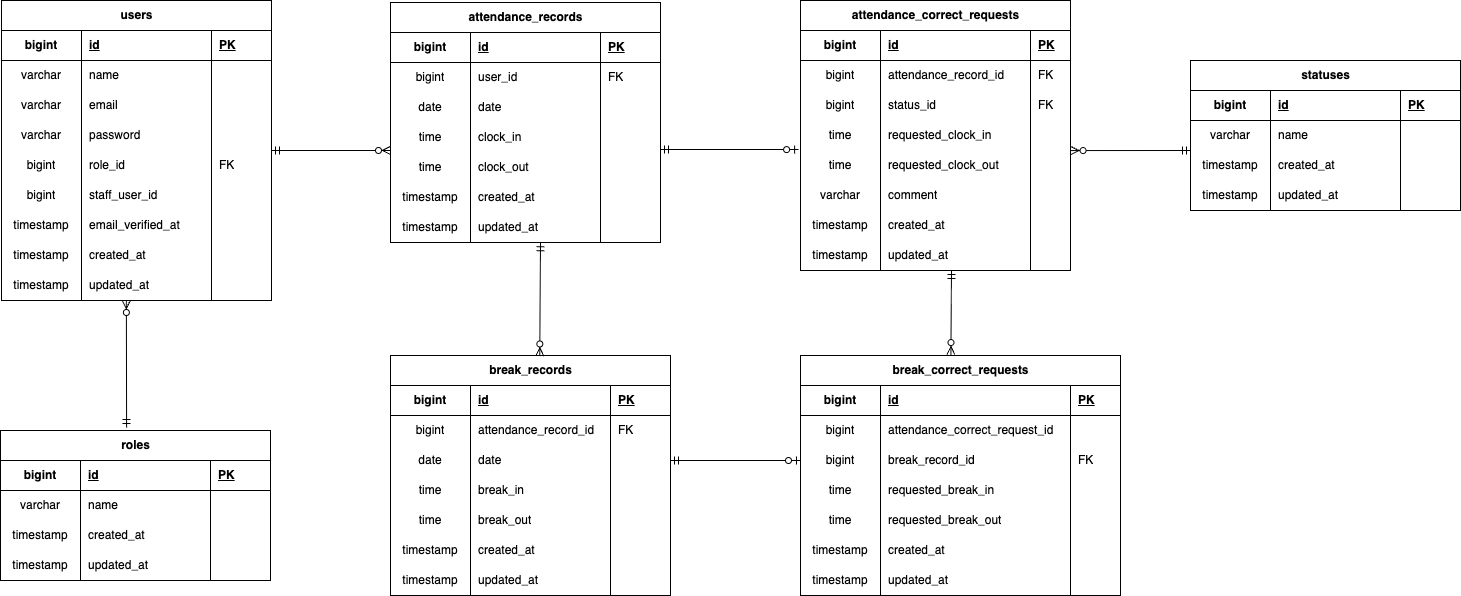
The draw.io diagram ER.drawio.png in Tamori169/Laravel-attendance-management, before a commit. Source tidied: cells renumbered, new cells last; positions are measured from the earlier drawing's top-left corner, leaving out a move shared by most shapes.
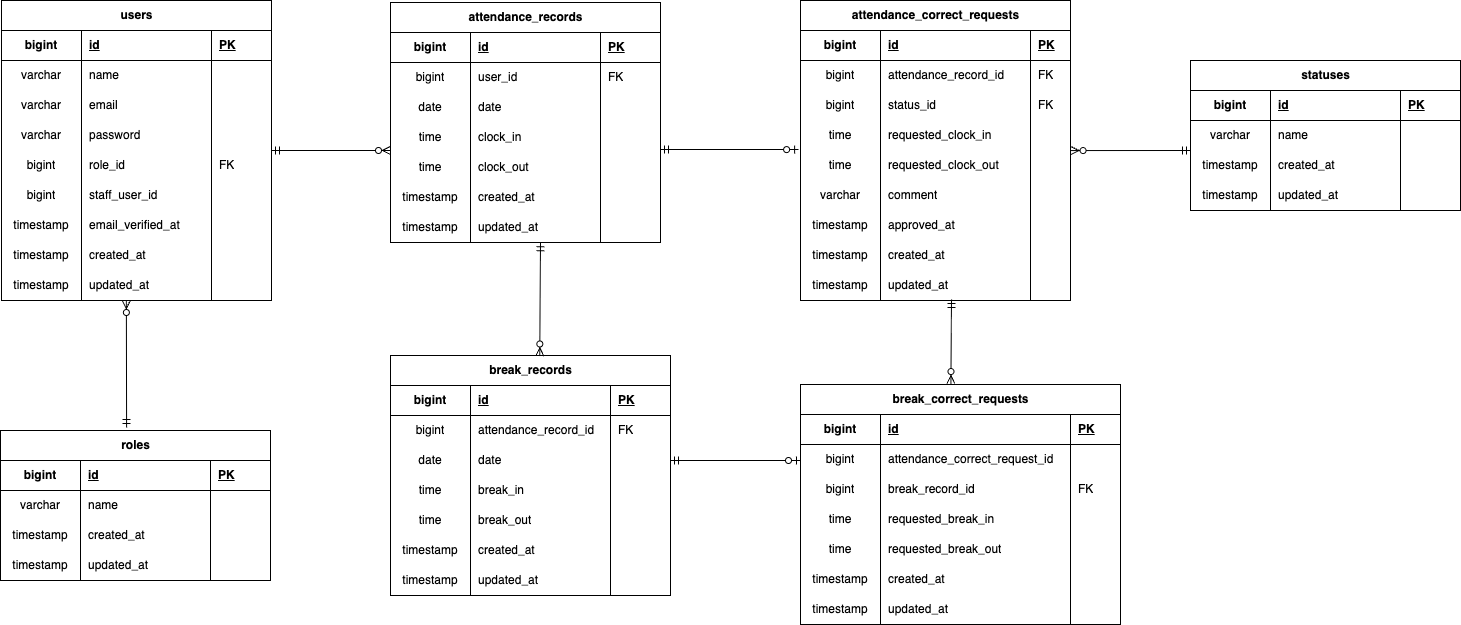
Later version of the same file.

Change to the diagram source:
```diff
@@ -352,7 +352,7 @@
       </mxGeometry>
     </mxCell>
     <mxCell id="117" value="attendance_correct_requests" style="shape=table;startSize=30;rowLines=0;fontStyle=1;align=center;html=1;" parent="1" vertex="1">
-      <mxGeometry x="800" width="270" height="270" as="geometry" />
+      <mxGeometry x="800" width="270" height="300" as="geometry" />
     </mxCell>
     <mxCell id="118" style="shape=tableRow;horizontal=0;startSize=0;swimlaneHead=0;swimlaneBody=0;fillColor=none;top=0;left=0;right=0;bottom=1;" parent="117" vertex="1">
       <mxGeometry y="30" width="270" height="30" as="geometry" />
@@ -426,8 +426,20 @@
     <mxCell id="141" style="shape=partialRectangle;fillColor=none;top=0;left=0;bottom=0;right=0;align=left;spacingLeft=6;overflow=hidden;whiteSpace=wrap;html=1;" parent="138" vertex="1">
       <mxGeometry x="230" width="40" height="30" as="geometry" />
     </mxCell>
+    <mxCell id="200" style="shape=tableRow;horizontal=0;startSize=0;swimlaneHead=0;swimlaneBody=0;fillColor=none;top=0;left=0;right=0;bottom=0;" parent="117" vertex="1">
+      <mxGeometry y="210" width="270" height="30" as="geometry" />
+    </mxCell>
+    <mxCell id="201" value="timestamp" style="shape=partialRectangle;fillColor=none;top=0;left=0;bottom=0;right=0;overflow=hidden;whiteSpace=wrap;html=1;" parent="200" vertex="1">
+      <mxGeometry width="80" height="30" as="geometry" />
+    </mxCell>
+    <mxCell id="202" value="approved_at" style="shape=partialRectangle;fillColor=none;top=0;left=0;bottom=0;right=0;align=left;spacingLeft=6;overflow=hidden;whiteSpace=wrap;html=1;" parent="200" vertex="1">
+      <mxGeometry x="80" width="150" height="30" as="geometry" />
+    </mxCell>
+    <mxCell id="203" style="shape=partialRectangle;fillColor=none;top=0;left=0;bottom=0;right=0;align=left;spacingLeft=6;overflow=hidden;whiteSpace=wrap;html=1;" parent="200" vertex="1">
+      <mxGeometry x="230" width="40" height="30" as="geometry" />
+    </mxCell>
     <mxCell id="142" style="shape=tableRow;horizontal=0;startSize=0;swimlaneHead=0;swimlaneBody=0;fillColor=none;top=0;left=0;right=0;bottom=0;" parent="117" vertex="1">
-      <mxGeometry y="210" width="270" height="30" as="geometry" />
+      <mxGeometry y="240" width="270" height="30" as="geometry" />
     </mxCell>
     <mxCell id="143" value="timestamp" style="shape=partialRectangle;fillColor=none;top=0;left=0;bottom=0;right=0;overflow=hidden;whiteSpace=wrap;html=1;" parent="142" vertex="1">
       <mxGeometry width="80" height="30" as="geometry" />
@@ -439,7 +451,7 @@
       <mxGeometry x="230" width="40" height="30" as="geometry" />
     </mxCell>
     <mxCell id="146" style="shape=tableRow;horizontal=0;startSize=0;swimlaneHead=0;swimlaneBody=0;fillColor=none;top=0;left=0;right=0;bottom=0;" parent="117" vertex="1">
-      <mxGeometry y="240" width="270" height="30" as="geometry" />
+      <mxGeometry y="270" width="270" height="30" as="geometry" />
     </mxCell>
     <mxCell id="147" value="timestamp" style="shape=partialRectangle;fillColor=none;top=0;left=0;bottom=0;right=0;overflow=hidden;whiteSpace=wrap;html=1;" parent="146" vertex="1">
       <mxGeometry width="80" height="30" as="geometry" />
@@ -451,7 +463,7 @@
       <mxGeometry x="230" width="40" height="30" as="geometry" />
     </mxCell>
     <mxCell id="150" value="break_correct_requests" style="shape=table;startSize=30;rowLines=0;fontStyle=1;align=center;html=1;" parent="1" vertex="1">
-      <mxGeometry x="800" y="355" width="320" height="240" as="geometry" />
+      <mxGeometry x="800" y="384" width="320" height="240" as="geometry" />
     </mxCell>
     <mxCell id="151" style="shape=tableRow;horizontal=0;startSize=0;swimlaneHead=0;swimlaneBody=0;fillColor=none;top=0;left=0;right=0;bottom=1;" parent="150" vertex="1">
       <mxGeometry y="30" width="320" height="30" as="geometry" />
@@ -539,7 +551,7 @@
     </mxCell>
     <mxCell id="179" style="fontSize=12;html=1;endArrow=ERzeroToMany;startArrow=ERmandOne;exitX=0.546;exitY=1.055;exitDx=0;exitDy=0;exitPerimeter=0;entryX=0.47;entryY=-0.004;entryDx=0;entryDy=0;entryPerimeter=0;" parent="1" edge="1" target="150">
       <mxGeometry relative="1" as="geometry">
-        <mxPoint x="951" y="270" as="sourcePoint" />
+        <mxPoint x="951" y="299" as="sourcePoint" />
       </mxGeometry>
     </mxCell>
     <mxCell id="180" style="edgeStyle=entityRelationEdgeStyle;fontSize=12;html=1;endArrow=ERzeroToOne;startArrow=ERmandOne;exitX=1;exitY=-0.097;exitDx=0;exitDy=0;exitPerimeter=0;entryX=-0.007;entryY=0.97;entryDx=0;entryDy=0;entryPerimeter=0;" parent="1" edge="1" source="74" target="130">
```
